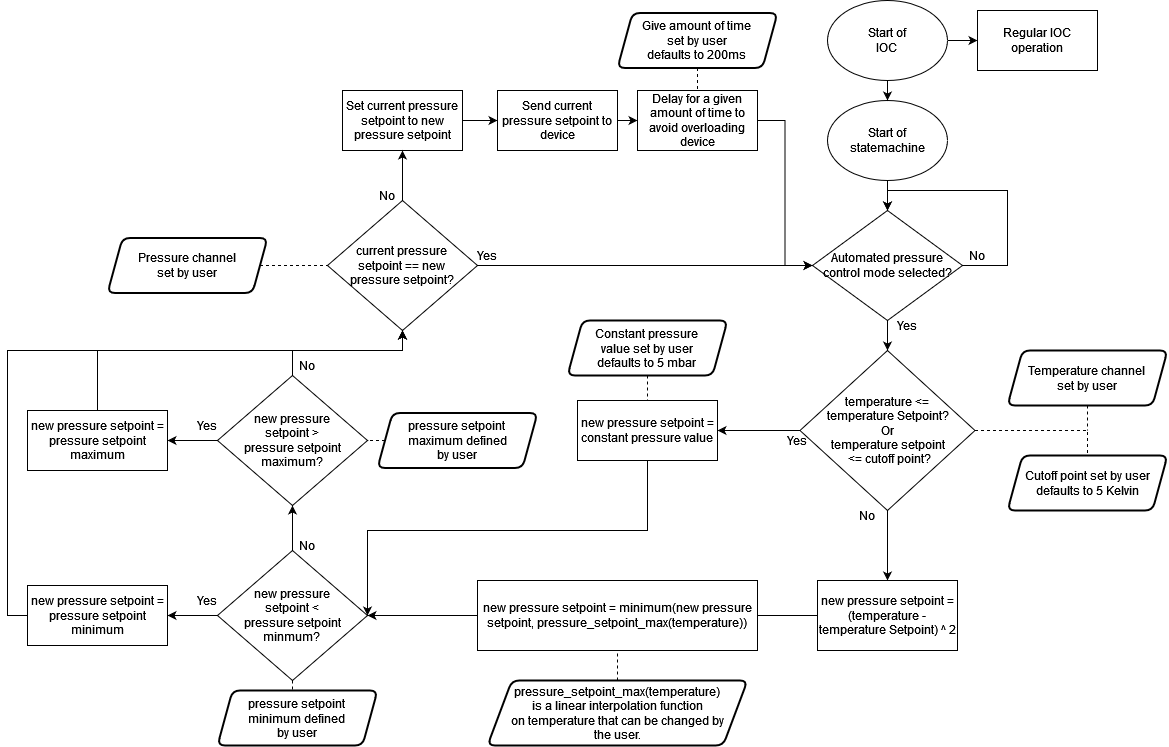
The draw.io diagram MercuryEnhancedCryo2.drawio.png in ISISComputingGroup/ibex_developers_manual, before a commit. Source tidied: cells renumbered, new cells last; positions are measured from the earlier drawing's top-left corner, leaving out a move shared by most shapes.
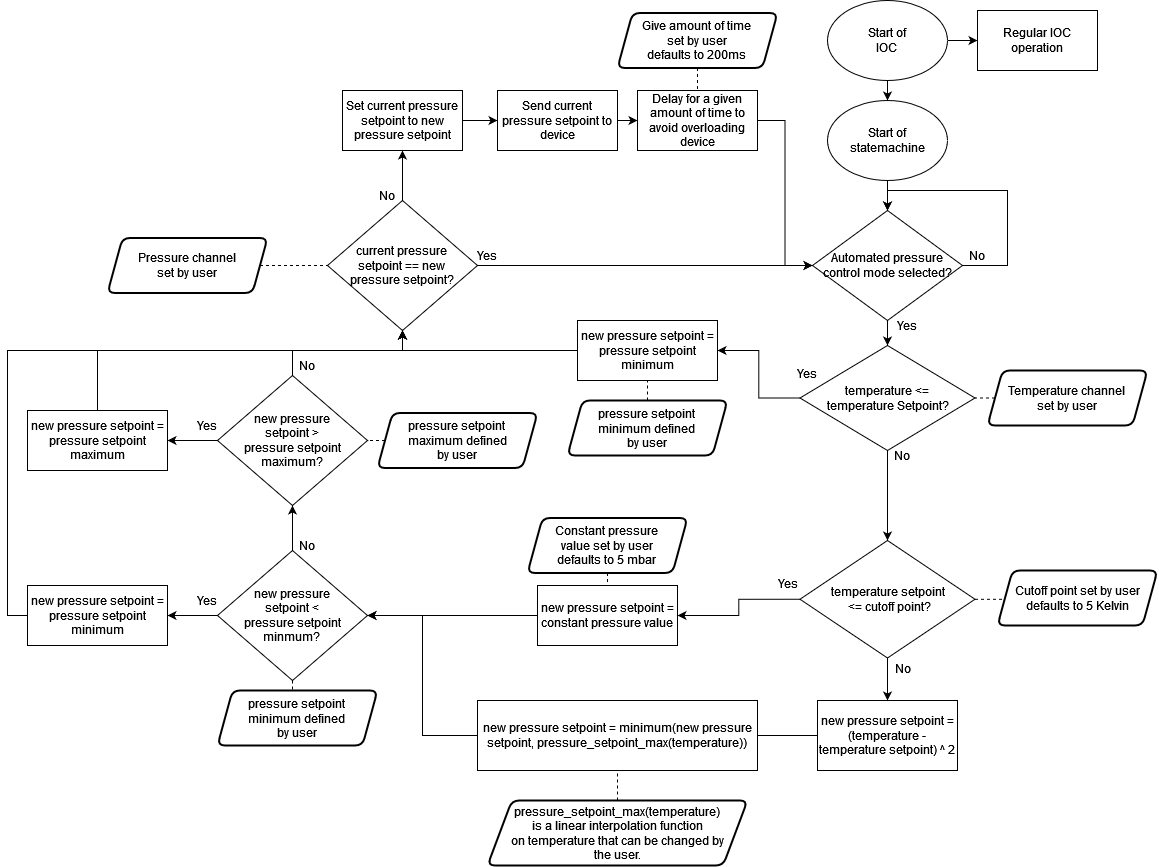
The same diagram one commit later.

Diff of the diagram source:
```diff
@@ -26,45 +26,43 @@
     <mxCell id="7" value="No" style="text;html=1;strokeColor=none;fillColor=none;align=center;verticalAlign=middle;whiteSpace=wrap;rounded=0;" parent="1" vertex="1">
       <mxGeometry x="940" y="240" width="60" height="30" as="geometry" />
     </mxCell>
-    <mxCell id="8" style="edgeStyle=orthogonalEdgeStyle;rounded=0;jettySize=auto;html=1;exitX=0;exitY=0.5;exitDx=0;exitDy=0;entryX=1;entryY=0.5;entryDx=0;entryDy=0;" parent="1" edge="1" source="11">
-      <mxGeometry relative="1" as="geometry">
-        <mxPoint x="710" y="430" as="targetPoint" />
-      </mxGeometry>
+    <mxCell id="8" style="edgeStyle=orthogonalEdgeStyle;rounded=0;jettySize=auto;html=1;exitX=0;exitY=0.5;exitDx=0;exitDy=0;entryX=1;entryY=0.5;entryDx=0;entryDy=0;" parent="1" edge="1" source="11" target="72">
+      <mxGeometry relative="1" as="geometry" />
     </mxCell>
-    <mxCell id="9" style="edgeStyle=orthogonalEdgeStyle;rounded=0;jettySize=auto;html=1;exitX=0.5;exitY=1;exitDx=0;exitDy=0;entryX=0.5;entryY=0;entryDx=0;entryDy=0;endArrow=classic;endFill=1;" parent="1" edge="1" source="11" target="17">
-      <mxGeometry relative="1" as="geometry" />
-    </mxCell>
-    <mxCell id="10" style="edgeStyle=orthogonalEdgeStyle;rounded=0;jettySize=auto;html=1;exitX=1;exitY=0.5;exitDx=0;exitDy=0;entryX=0.5;entryY=0;entryDx=0;entryDy=0;endArrow=none;endFill=0;dashed=1;" parent="1" edge="1" source="11" target="23">
+    <mxCell id="10" style="edgeStyle=orthogonalEdgeStyle;rounded=0;jettySize=auto;html=1;exitX=1;exitY=0.5;exitDx=0;exitDy=0;entryX=0;entryY=0.5;entryDx=0;entryDy=0;endArrow=none;endFill=0;dashed=1;" parent="1" edge="1" source="68" target="23">
       <mxGeometry relative="1" as="geometry" />
     </mxCell>
+    <mxCell id="65" style="edgeStyle=orthogonalEdgeStyle;rounded=0;jettySize=auto;html=1;entryX=0.5;entryY=0;entryDx=0;entryDy=0;endArrow=classic;endFill=1;" parent="1" edge="1" source="11" target="68">
+      <mxGeometry relative="1" as="geometry" />
+    </mxCell>
-    <mxCell id="11" value="&lt;div&gt;temperature &amp;lt;= &lt;br&gt;&lt;/div&gt;&lt;div&gt;temperature Setpoint?&lt;/div&gt;&lt;div&gt; Or&lt;/div&gt;&lt;div&gt; temperature setpoint&lt;/div&gt;&lt;div&gt;&amp;nbsp;&amp;lt;= cutoff point?&lt;/div&gt;" style="rhombus;whiteSpace=wrap;html=1;" parent="1" vertex="1">
-      <mxGeometry x="792.5" y="350" width="175" height="160" as="geometry" />
+    <mxCell id="11" value="&lt;div&gt;temperature &amp;lt;= &lt;br&gt;&lt;/div&gt;&lt;div&gt;temperature Setpoint?&lt;/div&gt;" style="rhombus;whiteSpace=wrap;html=1;" parent="1" vertex="1">
+      <mxGeometry x="792.5" y="345" width="175" height="105" as="geometry" />
     </mxCell>
     <mxCell id="12" value="Yes" style="text;html=1;strokeColor=none;fillColor=none;align=center;verticalAlign=middle;whiteSpace=wrap;rounded=0;" parent="1" vertex="1">
       <mxGeometry x="870" y="310" width="60" height="30" as="geometry" />
     </mxCell>
     <mxCell id="13" value="Yes" style="text;html=1;strokeColor=none;fillColor=none;align=center;verticalAlign=middle;whiteSpace=wrap;rounded=0;" parent="1" vertex="1">
-      <mxGeometry x="760" y="425" width="60" height="30" as="geometry" />
+      <mxGeometry x="770" y="357.5" width="60" height="30" as="geometry" />
     </mxCell>
-    <mxCell id="14" style="edgeStyle=orthogonalEdgeStyle;rounded=0;jettySize=auto;html=1;exitX=0.5;exitY=1;exitDx=0;exitDy=0;entryX=1;entryY=0.5;entryDx=0;entryDy=0;endArrow=classic;endFill=1;" parent="1" edge="1" source="15" target="49">
+    <mxCell id="14" style="edgeStyle=orthogonalEdgeStyle;rounded=0;jettySize=auto;html=1;exitX=0;exitY=0.5;exitDx=0;exitDy=0;entryX=1;entryY=0.5;entryDx=0;entryDy=0;endArrow=classic;endFill=1;" parent="1" edge="1" source="15" target="49">
       <mxGeometry relative="1" as="geometry">
         <Array as="points">
-          <mxPoint x="640" y="530" />
-          <mxPoint x="360" y="530" />
+          <mxPoint x="570" y="615" />
+          <mxPoint x="570" y="615" />
         </Array>
       </mxGeometry>
     </mxCell>
     <mxCell id="15" value="new pressure setpoint = constant pressure value" style="rounded=0;whiteSpace=wrap;html=1;" parent="1" vertex="1">
-      <mxGeometry x="570" y="400" width="140" height="60" as="geometry" />
+      <mxGeometry x="530" y="585" width="140" height="60" as="geometry" />
     </mxCell>
     <mxCell id="16" style="edgeStyle=orthogonalEdgeStyle;rounded=0;jettySize=auto;html=1;exitX=0;exitY=0.5;exitDx=0;exitDy=0;endArrow=classic;endFill=1;startArrow=none;entryX=1;entryY=0.5;entryDx=0;entryDy=0;" parent="1" edge="1" source="43" target="49">
       <mxGeometry relative="1" as="geometry" />
     </mxCell>
-    <mxCell id="17" value="new pressure setpoint = (temperature - temperature Setpoint) ^ 2" style="rounded=0;whiteSpace=wrap;html=1;" parent="1" vertex="1">
-      <mxGeometry x="810" y="580" width="140" height="70" as="geometry" />
+    <mxCell id="17" value="new pressure setpoint = (temperature - temperature setpoint) ^ 2" style="rounded=0;whiteSpace=wrap;html=1;" parent="1" vertex="1">
+      <mxGeometry x="810" y="700" width="140" height="70" as="geometry" />
     </mxCell>
     <mxCell id="18" value="No" style="text;html=1;strokeColor=none;fillColor=none;align=center;verticalAlign=middle;whiteSpace=wrap;rounded=0;" parent="1" vertex="1">
-      <mxGeometry x="830" y="500" width="60" height="30" as="geometry" />
+      <mxGeometry x="865" y="440" width="60" height="30" as="geometry" />
     </mxCell>
     <mxCell id="19" style="edgeStyle=orthogonalEdgeStyle;rounded=0;jettySize=auto;html=1;exitX=1;exitY=0.5;exitDx=0;exitDy=0;entryX=0;entryY=0.5;entryDx=0;entryDy=0;endArrow=classic;endFill=1;" parent="1" edge="1" source="20" target="28">
       <mxGeometry relative="1" as="geometry" />
@@ -76,10 +74,10 @@
       <mxGeometry relative="1" as="geometry" />
     </mxCell>
     <mxCell id="22" value="&lt;div&gt;Constant pressure &lt;br&gt;&lt;/div&gt;&lt;div&gt;value set by user&lt;/div&gt;&lt;div&gt; defaults to 5 mbar&lt;/div&gt;" style="shape=parallelogram;html=1;strokeWidth=2;perimeter=parallelogramPerimeter;whiteSpace=wrap;rounded=1;arcSize=15;size=0.09375;" parent="1" vertex="1">
-      <mxGeometry x="560" y="320" width="160" height="55" as="geometry" />
+      <mxGeometry x="520" y="517.5" width="160" height="55" as="geometry" />
     </mxCell>
     <mxCell id="23" value="Cutoff point set by user&lt;div&gt; defaults to 5 Kelvin&lt;/div&gt;" style="shape=parallelogram;html=1;strokeWidth=2;perimeter=parallelogramPerimeter;whiteSpace=wrap;rounded=1;arcSize=15;size=0.09375;" parent="1" vertex="1">
-      <mxGeometry x="1000" y="455" width="160" height="55" as="geometry" />
+      <mxGeometry x="990" y="570" width="160" height="55" as="geometry" />
     </mxCell>
     <mxCell id="24" style="edgeStyle=orthogonalEdgeStyle;rounded=0;jettySize=auto;html=1;exitX=0.5;exitY=0;exitDx=0;exitDy=0;entryX=0.5;entryY=1;entryDx=0;entryDy=0;endArrow=classic;endFill=1;" parent="1" edge="1" source="26" target="20">
       <mxGeometry relative="1" as="geometry" />
@@ -106,13 +104,11 @@
     <mxCell id="30" value="No" style="text;html=1;strokeColor=none;fillColor=none;align=center;verticalAlign=middle;whiteSpace=wrap;rounded=0;" parent="1" vertex="1">
       <mxGeometry x="350" y="180" width="60" height="30" as="geometry" />
     </mxCell>
-    <mxCell id="31" style="edgeStyle=orthogonalEdgeStyle;rounded=0;jettySize=auto;html=1;exitX=0.5;exitY=1;exitDx=0;exitDy=0;endArrow=none;endFill=0;dashed=1;" parent="1" edge="1" source="32">
-      <mxGeometry relative="1" as="geometry">
-        <mxPoint x="1080" y="430" as="targetPoint" />
-      </mxGeometry>
+    <mxCell id="31" style="edgeStyle=orthogonalEdgeStyle;rounded=0;jettySize=auto;html=1;exitX=0;exitY=0.5;exitDx=0;exitDy=0;endArrow=none;endFill=0;dashed=1;entryX=1;entryY=0.5;entryDx=0;entryDy=0;" parent="1" edge="1" source="32" target="11">
+      <mxGeometry relative="1" as="geometry" />
     </mxCell>
     <mxCell id="32" value="&lt;div&gt;Temperature channel &lt;br&gt;&lt;/div&gt;&lt;div&gt;set by user&lt;/div&gt;" style="shape=parallelogram;html=1;strokeWidth=2;perimeter=parallelogramPerimeter;whiteSpace=wrap;rounded=1;arcSize=15;size=0.09375;" parent="1" vertex="1">
-      <mxGeometry x="1000" y="350" width="160" height="55" as="geometry" />
+      <mxGeometry x="980" y="370" width="160" height="55" as="geometry" />
     </mxCell>
     <mxCell id="33" style="edgeStyle=orthogonalEdgeStyle;rounded=0;jettySize=auto;html=1;exitX=1;exitY=0.5;exitDx=0;exitDy=0;entryX=0;entryY=0.5;entryDx=0;entryDy=0;dashed=1;endArrow=none;endFill=0;" parent="1" edge="1" source="34" target="26">
       <mxGeometry relative="1" as="geometry" />
@@ -145,7 +141,7 @@
       <mxGeometry x="970" y="10" width="120" height="60" as="geometry" />
     </mxCell>
     <mxCell id="43" value="new pressure setpoint = minimum(new pressure setpoint, pressure_setpoint_max(temperature))" style="rounded=0;whiteSpace=wrap;html=1;" parent="1" vertex="1">
-      <mxGeometry x="470" y="580" width="280" height="70" as="geometry" />
+      <mxGeometry x="470" y="700" width="280" height="70" as="geometry" />
     </mxCell>
     <mxCell id="44" style="edgeStyle=orthogonalEdgeStyle;rounded=0;jettySize=auto;html=1;exitX=0;exitY=0.5;exitDx=0;exitDy=0;entryX=1;entryY=0.5;entryDx=0;entryDy=0;endArrow=none;endFill=1;" parent="1" edge="1" source="17" target="43">
       <mxGeometry relative="1" as="geometry" />
@@ -154,7 +150,7 @@
       <mxGeometry relative="1" as="geometry" />
     </mxCell>
     <mxCell id="46" value="&lt;div&gt;pressure_setpoint_max(temperature) &lt;br&gt;&lt;/div&gt;&lt;div&gt;is a linear interpolation function&lt;/div&gt;&lt;div&gt; on temperature that can be changed by&lt;/div&gt;&lt;div&gt; the user.&lt;/div&gt;" style="shape=parallelogram;html=1;strokeWidth=2;perimeter=parallelogramPerimeter;whiteSpace=wrap;rounded=1;arcSize=15;size=0.09375;" parent="1" vertex="1">
-      <mxGeometry x="480" y="680" width="260" height="65" as="geometry" />
+      <mxGeometry x="480" y="800" width="260" height="65" as="geometry" />
     </mxCell>
     <mxCell id="47" style="edgeStyle=orthogonalEdgeStyle;rounded=0;jettySize=auto;html=1;exitX=0;exitY=0.5;exitDx=0;exitDy=0;entryX=1;entryY=0.5;entryDx=0;entryDy=0;endArrow=classic;endFill=1;" parent="1" edge="1" source="49" target="51">
       <mxGeometry relative="1" as="geometry" />
@@ -226,5 +222,38 @@
     <mxCell id="64" value="&lt;div&gt;pressure setpoint &lt;br&gt;&lt;/div&gt;&lt;div&gt;minimum defined&lt;/div&gt;&lt;div&gt; by user&lt;/div&gt;" style="shape=parallelogram;html=1;strokeWidth=2;perimeter=parallelogramPerimeter;whiteSpace=wrap;rounded=1;arcSize=15;size=0.09375;" parent="1" vertex="1">
       <mxGeometry x="210" y="690" width="160" height="55" as="geometry" />
     </mxCell>
+    <mxCell id="66" style="edgeStyle=orthogonalEdgeStyle;rounded=0;jettySize=auto;html=1;endArrow=classic;endFill=1;" parent="1" edge="1" source="68">
+      <mxGeometry relative="1" as="geometry">
+        <mxPoint x="880" y="700" as="targetPoint" />
+      </mxGeometry>
+    </mxCell>
+    <mxCell id="67" style="edgeStyle=orthogonalEdgeStyle;rounded=0;jettySize=auto;html=1;exitX=0;exitY=0.5;exitDx=0;exitDy=0;entryX=1;entryY=0.5;entryDx=0;entryDy=0;endArrow=classic;endFill=1;" parent="1" edge="1" source="68" target="15">
+      <mxGeometry relative="1" as="geometry" />
+    </mxCell>
+    <mxCell id="68" value="temperature setpoint&lt;div&gt;&amp;nbsp;&amp;lt;= cutoff point?&lt;/div&gt;" style="rhombus;whiteSpace=wrap;html=1;" parent="1" vertex="1">
+      <mxGeometry x="792.5" y="540" width="175" height="117.5" as="geometry" />
+    </mxCell>
+    <mxCell id="69" value="Yes" style="text;html=1;align=center;verticalAlign=middle;strokeColor=none;fillColor=none;" parent="1" vertex="1">
+      <mxGeometry x="760" y="572.5" width="40" height="20" as="geometry" />
+    </mxCell>
+    <mxCell id="70" value="No" style="text;html=1;align=center;verticalAlign=middle;strokeColor=none;fillColor=none;" parent="1" vertex="1">
+      <mxGeometry x="880" y="657.5" width="30" height="20" as="geometry" />
+    </mxCell>
+    <mxCell id="71" style="edgeStyle=orthogonalEdgeStyle;rounded=0;jettySize=auto;html=1;exitX=0;exitY=0.5;exitDx=0;exitDy=0;entryX=0.5;entryY=1;entryDx=0;entryDy=0;endArrow=classic;endFill=1;" parent="1" edge="1" source="72" target="26">
+      <mxGeometry relative="1" as="geometry">
+        <Array as="points">
+          <mxPoint x="395" y="350" />
+        </Array>
+      </mxGeometry>
+    </mxCell>
+    <mxCell id="72" value="new pressure setpoint = pressure setpoint minimum" style="rounded=0;whiteSpace=wrap;html=1;" parent="1" vertex="1">
+      <mxGeometry x="570" y="320" width="140" height="60" as="geometry" />
+    </mxCell>
+    <mxCell id="73" style="edgeStyle=orthogonalEdgeStyle;rounded=0;jettySize=auto;html=1;exitX=0.5;exitY=0;exitDx=0;exitDy=0;entryX=0.5;entryY=1;entryDx=0;entryDy=0;endArrow=none;endFill=0;dashed=1;" parent="1" edge="1" source="74" target="72">
+      <mxGeometry relative="1" as="geometry" />
+    </mxCell>
+    <mxCell id="74" value="&lt;div&gt;pressure setpoint &lt;br&gt;&lt;/div&gt;&lt;div&gt;minimum defined&lt;/div&gt;&lt;div&gt; by user&lt;/div&gt;" style="shape=parallelogram;html=1;strokeWidth=2;perimeter=parallelogramPerimeter;whiteSpace=wrap;rounded=1;arcSize=15;size=0.09375;" parent="1" vertex="1">
+      <mxGeometry x="560" y="400" width="160" height="55" as="geometry" />
+    </mxCell>
   </root>
 </mxGraphModel>
```
